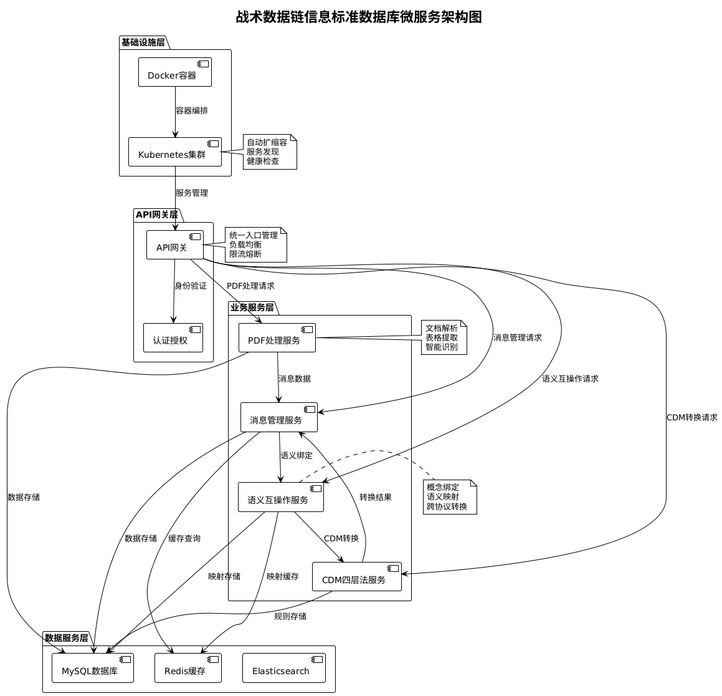
This is 华东师范大学硕_博_士论文LaTex模板_/chapters/fig-0/microservices_architecture.png from mistvapour/6016b, a PlantUML export, as it was before one commit.
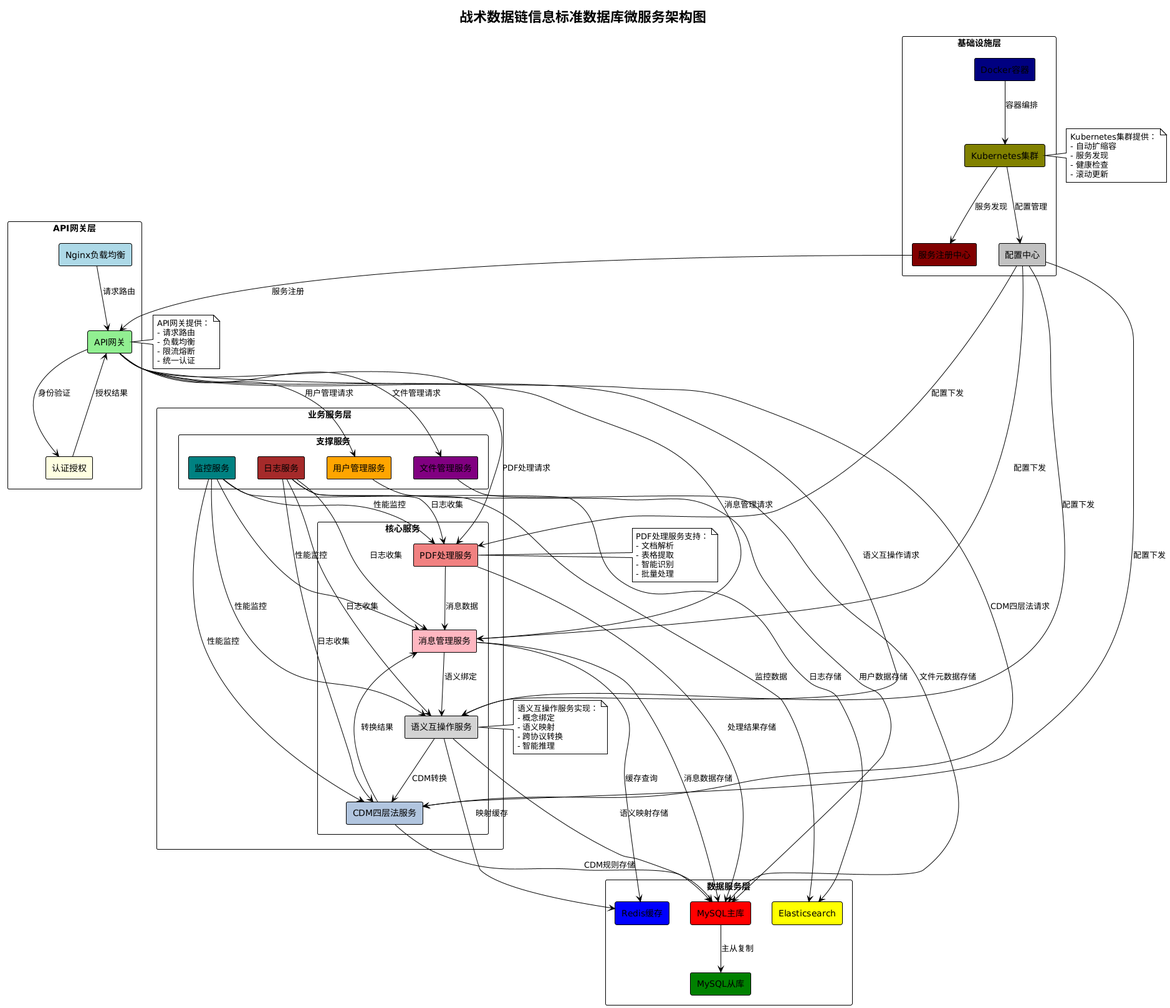
After the commit.

Diff of the diagram source:
```diff
@@ -1,73 +1,123 @@
 @startuml
 !theme plain
+skinparam backgroundColor #FFFFFF
+skinparam componentStyle rectangle
+skinparam packageStyle rectangle
+
 title 战术数据链信息标准数据库微服务架构图
 
 package "API网关层" {
-    [API网关] as Gateway
-    [认证授权] as Auth
+    component "Nginx负载均衡" as Nginx #lightblue
+    component "API网关" as APIGateway #lightgreen
+    component "认证授权" as Auth #lightyellow
 }
 
 package "业务服务层" {
-    [PDF处理服务] as PDF
-    [消息管理服务] as Message
-    [语义互操作服务] as Semantic
-    [CDM四层法服务] as CDM
+    package "核心服务" {
+        component "PDF处理服务" as PDFService #lightcoral
+        component "消息管理服务" as MessageService #lightpink
+        component "语义互操作服务" as SemanticService #lightgray
+        component "CDM四层法服务" as CDMService #lightsteelblue
+    }
+
+    package "支撑服务" {
+        component "用户管理服务" as UserService #orange
+        component "文件管理服务" as FileService #purple
+        component "日志服务" as LogService #brown
+        component "监控服务" as MonitorService #teal
+    }
 }
 
 package "数据服务层" {
-    [MySQL数据库] as MySQL
-    [Redis缓存] as Redis
-    [Elasticsearch] as ES
+    component "MySQL主库" as MySQLMaster #red
+    component "MySQL从库" as MySQLSlave #green
+    component "Redis缓存" as Redis #blue
+    component "Elasticsearch" as ES #yellow
 }
 
 package "基础设施层" {
-    [Docker容器] as Docker
-    [Kubernetes集群] as K8s
+    component "Docker容器" as Docker #navy
+    component "Kubernetes集群" as K8s #olive
+    component "服务注册中心" as Registry #maroon
+    component "配置中心" as ConfigCenter #silver
 }
 
-Gateway --> Auth : 身份验证
-Gateway --> PDF : PDF处理请求
-Gateway --> Message : 消息管理请求
-Gateway --> Semantic : 语义互操作请求
-Gateway --> CDM : CDM转换请求
+Nginx --> APIGateway : 请求路由
+APIGateway --> Auth : 身份验证
+Auth --> APIGateway : 授权结果
 
-PDF --> Message : 消息数据
-Message --> Semantic : 语义绑定
-Semantic --> CDM : CDM转换
-CDM --> Message : 转换结果
+APIGateway --> PDFService : PDF处理请求
+APIGateway --> MessageService : 消息管理请求
+APIGateway --> SemanticService : 语义互操作请求
+APIGateway --> CDMService : CDM四层法请求
+APIGateway --> UserService : 用户管理请求
+APIGateway --> FileService : 文件管理请求
 
-PDF --> MySQL : 数据存储
-Message --> MySQL : 数据存储
-Semantic --> MySQL : 映射存储
-CDM --> MySQL : 规则存储
+PDFService --> MessageService : 消息数据
+MessageService --> SemanticService : 语义绑定
+SemanticService --> CDMService : CDM转换
+CDMService --> MessageService : 转换结果
 
-Message --> Redis : 缓存查询
-Semantic --> Redis : 映射缓存
+PDFService --> MySQLMaster : 处理结果存储
+MessageService --> MySQLMaster : 消息数据存储
+SemanticService --> MySQLMaster : 语义映射存储
+CDMService --> MySQLMaster : CDM规则存储
+UserService --> MySQLMaster : 用户数据存储
+FileService --> MySQLMaster : 文件元数据存储
+
+MySQLMaster --> MySQLSlave : 主从复制
+MessageService --> Redis : 缓存查询
+SemanticService --> Redis : 映射缓存
+LogService --> ES : 日志存储
+MonitorService --> ES : 监控数据
 
 Docker --> K8s : 容器编排
-K8s --> Gateway : 服务管理
+K8s --> Registry : 服务发现
+K8s --> ConfigCenter : 配置管理
+Registry --> APIGateway : 服务注册
+ConfigCenter --> PDFService : 配置下发
+ConfigCenter --> MessageService : 配置下发
+ConfigCenter --> SemanticService : 配置下发
+ConfigCenter --> CDMService : 配置下发
 
-note right of Gateway
-统一入口管理
-负载均衡
-限流熔断
+LogService --> PDFService : 日志收集
+LogService --> MessageService : 日志收集
+LogService --> SemanticService : 日志收集
+LogService --> CDMService : 日志收集
+MonitorService --> PDFService : 性能监控
+MonitorService --> MessageService : 性能监控
+MonitorService --> SemanticService : 性能监控
+MonitorService --> CDMService : 性能监控
+
+note right of APIGateway
+  API网关提供：
+  - 请求路由
+  - 负载均衡
+  - 限流熔断
+  - 统一认证
 end note
 
-note right of PDF
-文档解析
-表格提取
-智能识别
+note right of PDFService
+  PDF处理服务支持：
+  - 文档解析
+  - 表格提取
+  - 智能识别
+  - 批量处理
 end note
 
-note right of Semantic
-概念绑定
-语义映射
-跨协议转换
+note right of SemanticService
+  语义互操作服务实现：
+  - 概念绑定
+  - 语义映射
+  - 跨协议转换
+  - 智能推理
 end note
 
 note right of K8s
-自动扩缩容
-服务发现
-健康检查
+  Kubernetes集群提供：
+  - 自动扩缩容
+  - 服务发现
+  - 健康检查
+  - 滚动更新
 end note
 @enduml
```
